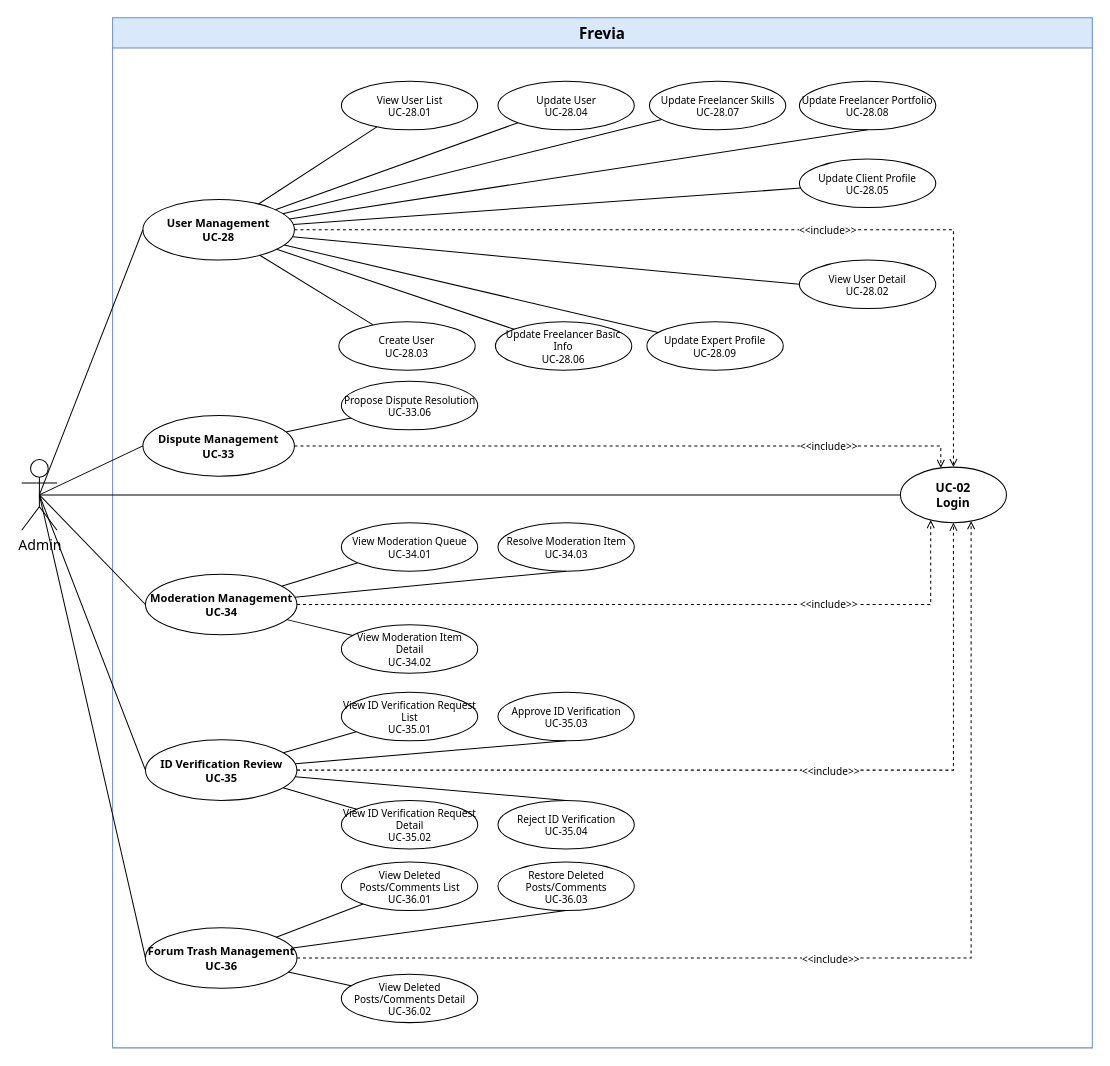
Above: page "Admin 3/4" (3 of 4) of uc-diagrams/Admin.drawio in Thunggg/Frevia (draw.io), before the change. Source tidied: cells renumbered, new cells numbered last; positions are measured from the earlier drawing's top-left corner, leaving out a move shared by most shapes. Both pictures are drawn from the tidied source at 101%, with x=0, y=0 at pixel (21, 17).
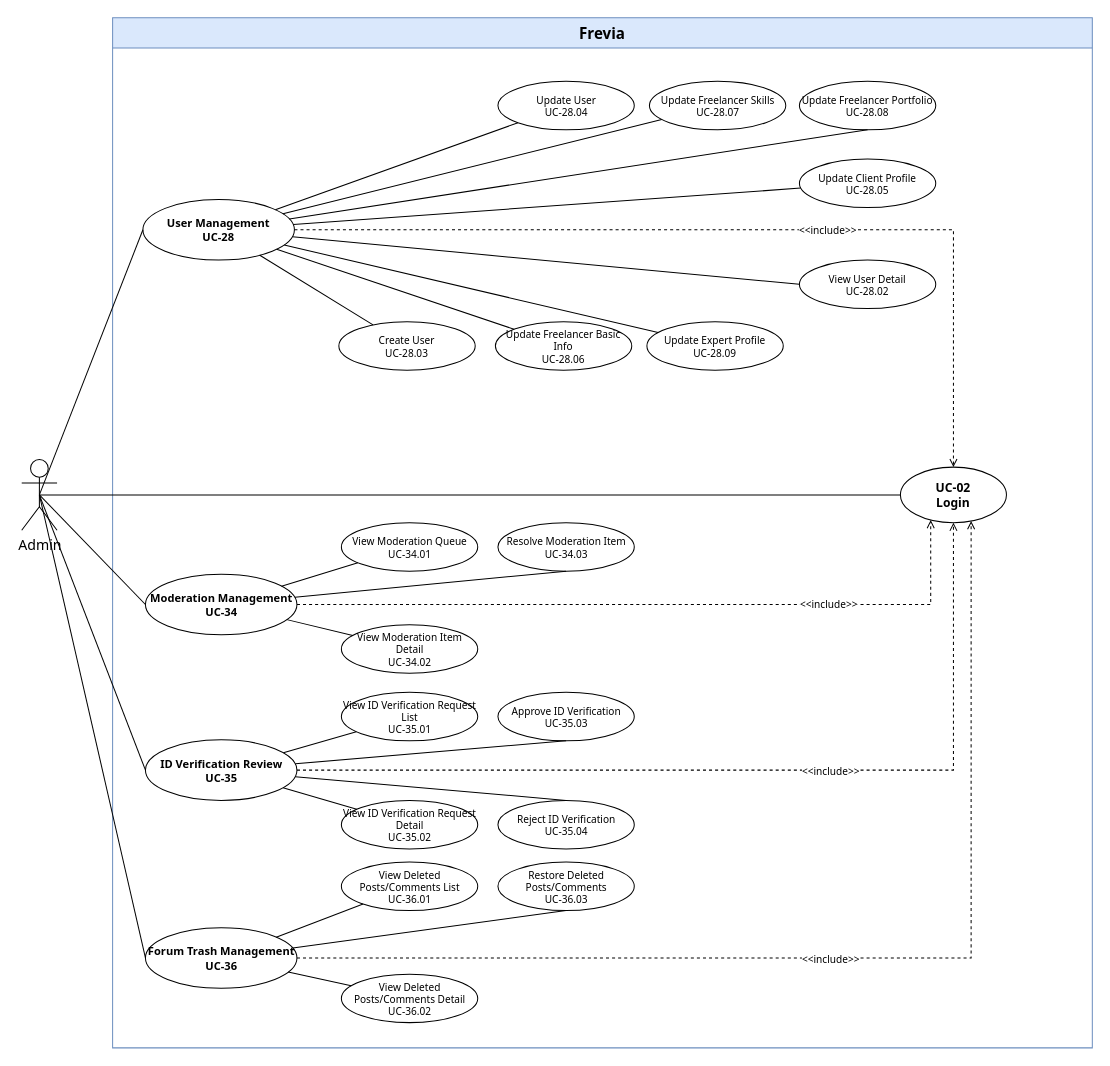
After the change.

Unchanged cells that the change refers to:
```xml
<mxCell id="2" value="Frevia" style="swimlane;whiteSpace=wrap;html=1;startSize=30;fontSize=15;fontFamily=Tahoma;fontStyle=1;fillColor=#dae8fc;strokeColor=#6c8ebf;" parent="1" vertex="1">
  <mxGeometry x="90" width="970" height="1020" as="geometry" />
</mxCell>
<mxCell id="3" value="UC-02&#10;Login" style="ellipse;whiteSpace=wrap;html=1;fontSize=12;fontFamily=Tahoma;fontStyle=1;fillColor=#ffffff;strokeColor=#000000;" parent="2" vertex="1">
  <mxGeometry x="780" y="445" width="105" height="55" as="geometry" />
</mxCell>
<mxCell id="4" value="User Management&#10;UC-28" style="ellipse;whiteSpace=wrap;html=1;fontSize=11;fontFamily=Tahoma;fontStyle=1;fillColor=#ffffff;strokeColor=#000000;" parent="2" vertex="1">
  <mxGeometry x="30" y="180" width="150" height="60" as="geometry" />
</mxCell>
<mxCell id="39" value="Admin" style="shape=umlActor;verticalLabelPosition=bottom;verticalAlign=top;html=1;outlineConnect=0;fontSize=14;fontFamily=Tahoma;" parent="1" vertex="1">
  <mxGeometry y="437.5" width="35" height="70" as="geometry" />
</mxCell>
```

Diff of the diagram source:
```diff
@@
-    <mxCell id="5" value="View User List&#10;UC-28.01" style="ellipse;whiteSpace=wrap;html=1;fontSize=10;fontFamily=Tahoma;fillColor=#ffffff;strokeColor=#000000;" parent="2" vertex="1">
-      <mxGeometry x="226.5" y="63" width="135" height="48" as="geometry" />
-    </mxCell>
@@
-    <mxCell id="14" value="Dispute Management&#10;UC-33" style="ellipse;whiteSpace=wrap;html=1;fontSize=11;fontFamily=Tahoma;fontStyle=1;fillColor=#ffffff;strokeColor=#000000;" parent="2" vertex="1">
-      <mxGeometry x="30" y="394" width="150" height="60" as="geometry" />
-    </mxCell>
-    <mxCell id="15" value="Propose Dispute Resolution&#10;UC-33.06" style="ellipse;whiteSpace=wrap;html=1;fontSize=10;fontFamily=Tahoma;fillColor=#ffffff;strokeColor=#000000;" parent="2" vertex="1">
-      <mxGeometry x="226.5" y="360" width="135" height="48" as="geometry" />
-    </mxCell>
@@
-    <mxCell id="43" style="endArrow=none;html=1;rounded=0;fontFamily=Tahoma;fontSize=13;" parent="1" edge="1" source="4" target="5">
-      <mxGeometry relative="1" as="geometry" />
-    </mxCell>
@@
-    <mxCell id="52" style="endArrow=none;html=1;rounded=0;fontFamily=Tahoma;fontSize=13;entryX=0;entryY=0.5;entryDx=0;entryDy=0;exitX=0.5;exitY=0.5;exitDx=0;exitDy=0;exitPerimeter=0;" parent="1" edge="1" source="39" target="14">
-      <mxGeometry relative="1" as="geometry" />
-    </mxCell>
-    <mxCell id="53" value="&amp;lt;&amp;lt;include&amp;gt;&amp;gt;" style="edgeStyle=orthogonalEdgeStyle;rounded=0;endArrow=open;dashed=1;html=1;strokeColor=#000000;fontSize=10;fontFamily=Tahoma;labelBackgroundColor=#ffffff;align=center;verticalAlign=middle;" parent="1" edge="1" source="14" target="3">
-      <mxGeometry x="0.6" relative="1" as="geometry">
-        <Array as="points">
-          <mxPoint x="910" y="424" />
-        </Array>
-      </mxGeometry>
-    </mxCell>
-    <mxCell id="54" style="endArrow=none;html=1;rounded=0;fontFamily=Tahoma;fontSize=13;" parent="1" edge="1" source="14" target="15">
-      <mxGeometry relative="1" as="geometry" />
-    </mxCell>
```
